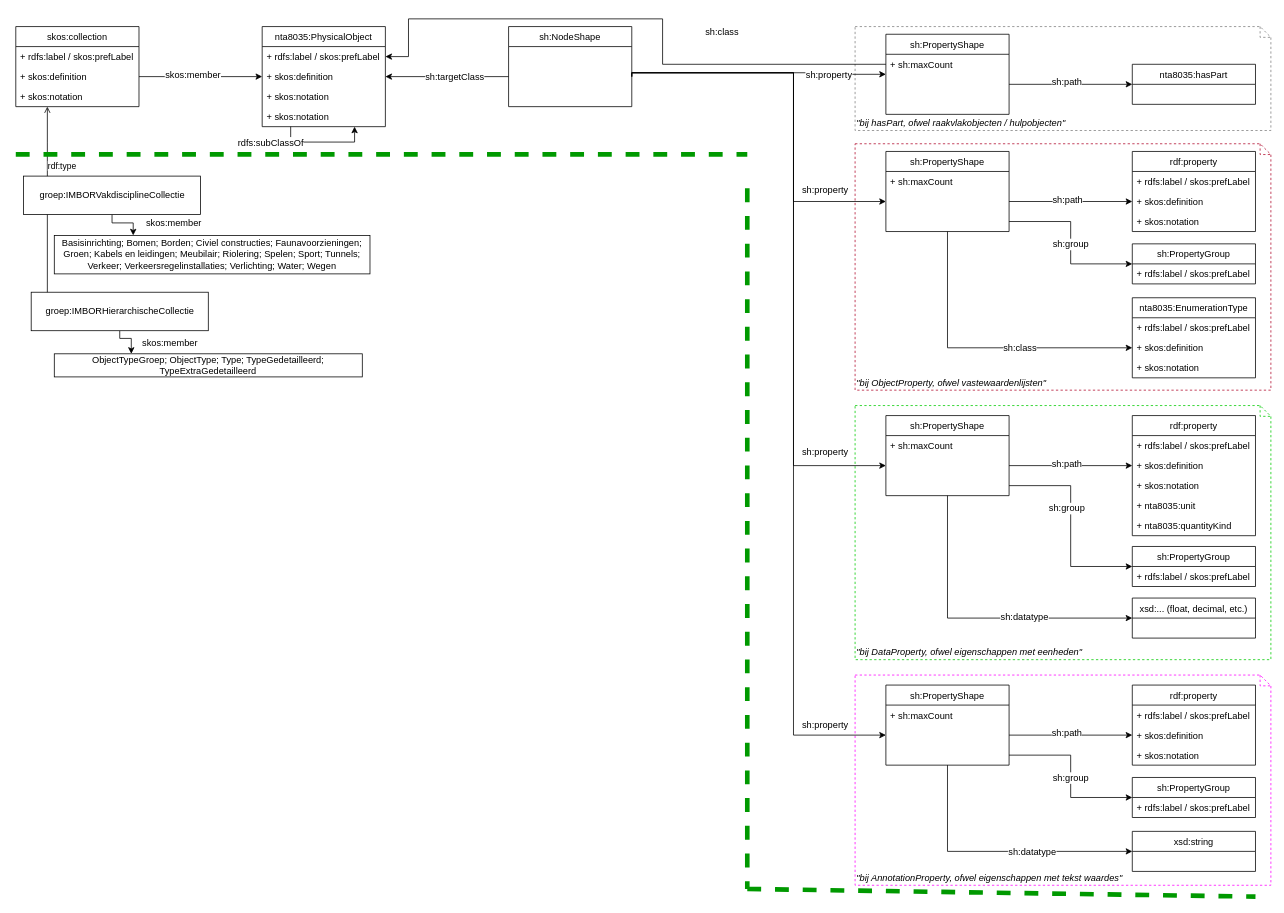
Earlier version of the draw.io diagram docs/IMBOR Metamodel.drawio (Stichting-CROW/imbor). Source tidied: cells renumbered, new cells numbered last; positions are measured from the earlier drawing's top-left corner, leaving out a move shared by most shapes. Both pictures are drawn from the tidied source at 77%, with x=0, y=0 at pixel (15, 18).
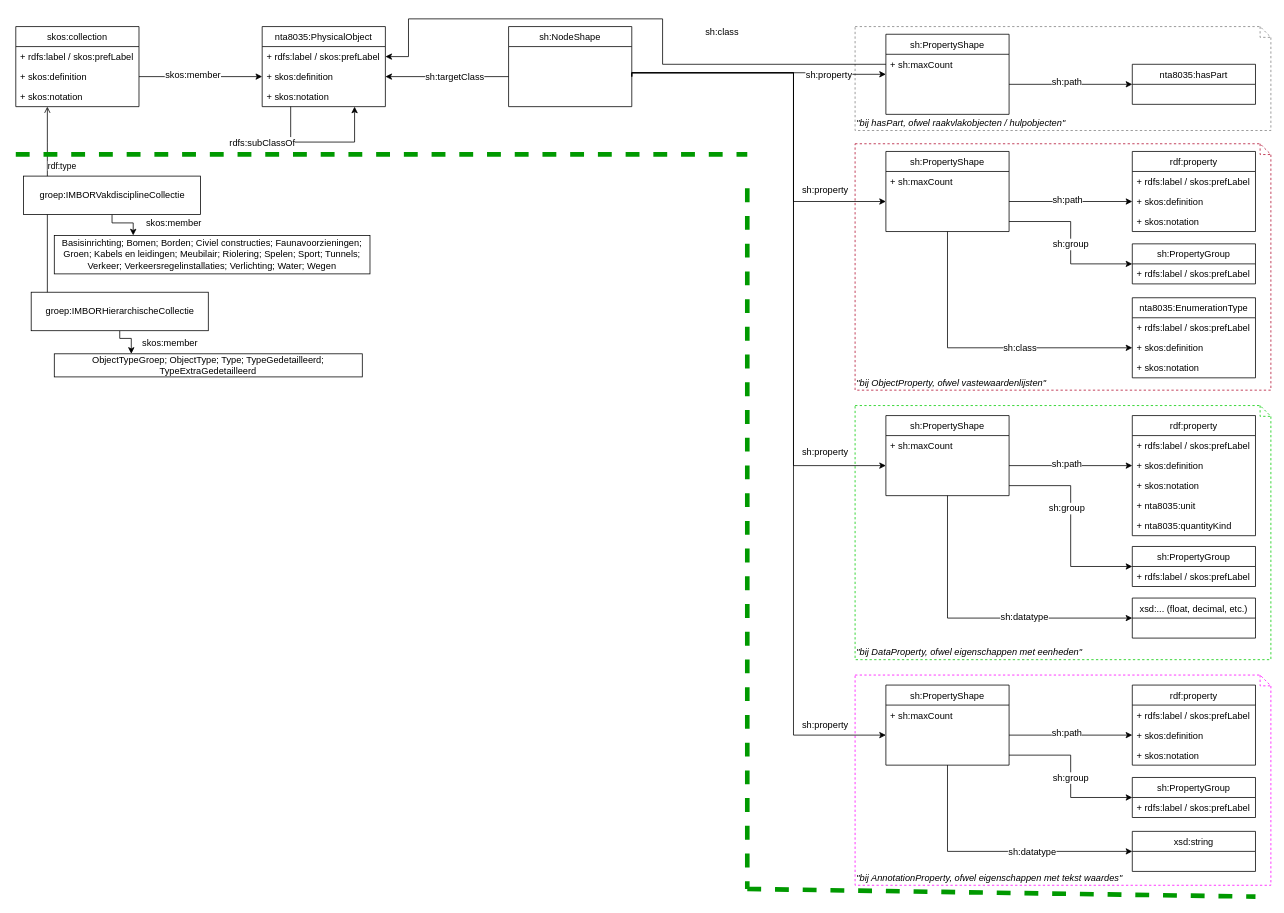
After the change.

Diff of the diagram source:
```diff
@@
     <mxCell id="5" value="nta8035:PhysicalObject" style="swimlane;fontStyle=0;horizontal=1;startSize=26;fillColor=none;" parent="1" vertex="1">
-      <mxGeometry x="320" y="10" width="160" height="130" as="geometry" />
+      <mxGeometry x="320" y="10" width="160" height="104" as="geometry" />
     </mxCell>
@@
-    <mxCell id="9" value="+ skos:notation" style="text;strokeColor=none;fillColor=none;align=left;verticalAlign=top;spacingLeft=4;spacingRight=4;overflow=hidden;" parent="5" vertex="1">
-      <mxGeometry y="104" width="160" height="26" as="geometry" />
-    </mxCell>
```
